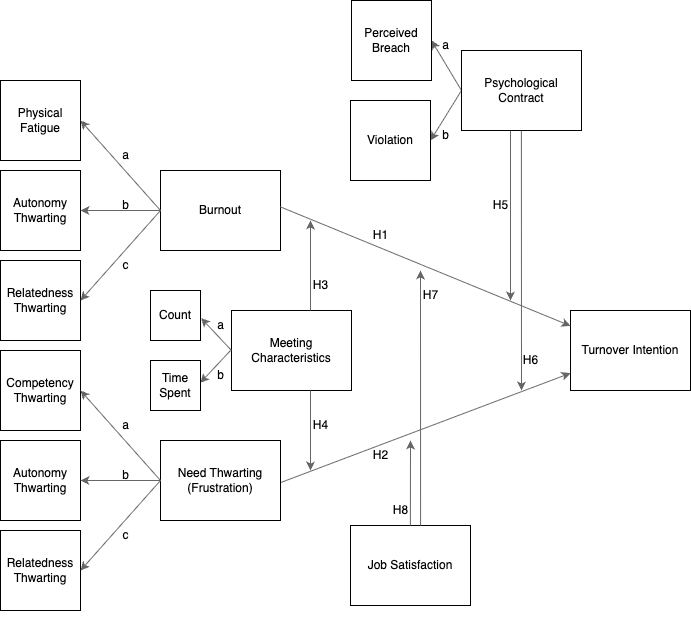
Before: images/thesis-research-model.png, a diagram exported from draw.io (datasci-iopsy/dkg-phd-thesis). Source tidied: cells renumbered, new cells last; positions are measured from the earlier drawing's top-left corner, leaving out a move shared by most shapes.
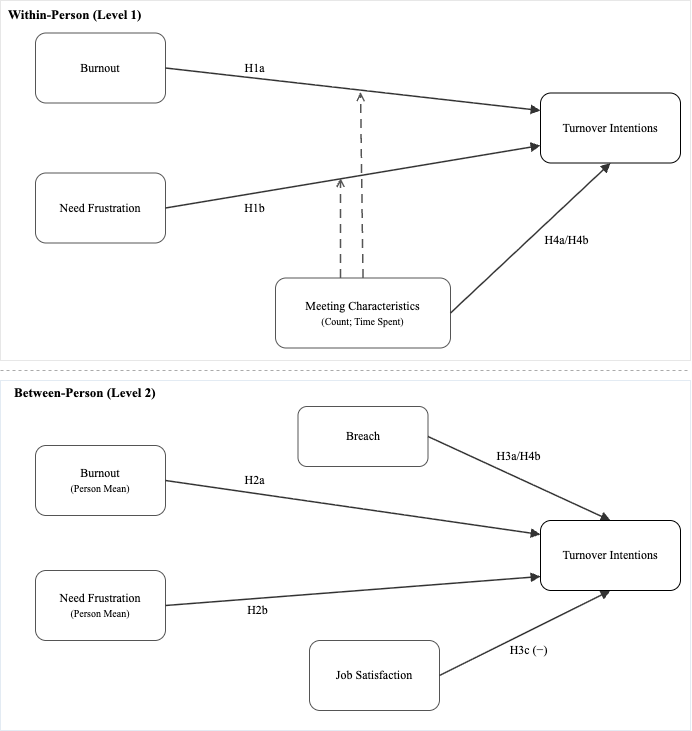
Later version of the same file.

Diff of the diagram source:
```diff
@@ -2,202 +2,111 @@
   <root>
     <mxCell id="0" />
     <mxCell id="1" parent="0" />
-    <mxCell id="2" style="group;" parent="1" vertex="1">
-      <mxGeometry x="69" y="80" width="590" height="560" as="geometry" />
-    </mxCell>
-    <mxCell id="3" value="Turnover Intention" style="square;whiteSpace=wrap;html=1;" parent="2" vertex="1">
-      <mxGeometry x="501" y="230" width="120" height="80" as="geometry" />
-    </mxCell>
-    <mxCell id="4" style="endArrow=classic;html=1;fillColor=#f5f5f5;strokeColor=#666666;exitX=0.5;exitY=1;exitDx=0;exitDy=0;solid=1;dashPattern=12 12;" parent="2" edge="1">
-      <mxGeometry relative="1" as="geometry">
-        <mxPoint x="441" y="50" as="sourcePoint" />
-        <mxPoint x="441" y="220" as="targetPoint" />
-      </mxGeometry>
-    </mxCell>
+    <mxCell id="57" style="rounded=0;whiteSpace=wrap;html=1;fillColor=none;strokeColor=#d0d0d0;opacity=50;fontFamily=Times New Roman;" parent="1" vertex="1">
+      <mxGeometry x="-10" y="170" width="690" height="360" as="geometry" />
+    </mxCell>
+    <mxCell id="58" value="Within-Person (Level 1)" style="text;html=1;align=left;verticalAlign=top;strokeColor=none;fillColor=none;fontStyle=1;fontSize=13;fontFamily=Times New Roman;" parent="1" vertex="1">
+      <mxGeometry x="-4" y="170" width="280" height="28" as="geometry" />
+    </mxCell>
+    <mxCell id="31" value="Burnout" style="rounded=1;whiteSpace=wrap;html=1;fillColor=#ffffff;strokeColor=#555555;fontSize=12;fontFamily=Times New Roman;" parent="1" vertex="1">
+      <mxGeometry x="25" y="202.5" width="130" height="70" as="geometry" />
+    </mxCell>
+    <mxCell id="59" value="Need Frustration" style="rounded=1;whiteSpace=wrap;html=1;fillColor=#ffffff;strokeColor=#555555;fontSize=12;fontFamily=Times New Roman;" parent="1" vertex="1">
+      <mxGeometry x="25" y="342.5" width="130" height="70" as="geometry" />
+    </mxCell>
+    <mxCell id="60" value="Meeting Characteristics&lt;br&gt;&lt;font style=&quot;font-size: 10px;&quot;&gt;(Count; Time Spent)&lt;/font&gt;" style="rounded=1;whiteSpace=wrap;html=1;fillColor=#ffffff;strokeColor=#555555;fontSize=12;fontFamily=Times New Roman;" parent="1" vertex="1">
+      <mxGeometry x="265" y="447.5" width="175" height="70" as="geometry" />
+    </mxCell>
+    <mxCell id="61" value="Turnover Intentions" style="rounded=1;whiteSpace=wrap;html=1;fontSize=12;fontFamily=Times New Roman;" parent="1" vertex="1">
+      <mxGeometry x="530" y="262.5" width="140" height="70" as="geometry" />
+    </mxCell>
+    <mxCell id="62" style="endArrow=block;endFill=1;html=1;strokeColor=#333333;strokeWidth=1.5;exitX=1;exitY=0.5;exitDx=0;exitDy=0;entryX=0;entryY=0.25;entryDx=0;entryDy=0;fontFamily=Times New Roman;" parent="1" edge="1" source="31" target="61">
+      <mxGeometry relative="1" as="geometry" />
+    </mxCell>
+    <mxCell id="63" style="endArrow=block;endFill=1;html=1;strokeColor=#333333;strokeWidth=1.5;exitX=1;exitY=0.5;exitDx=0;exitDy=0;entryX=0;entryY=0.75;entryDx=0;entryDy=0;fontFamily=Times New Roman;" parent="1" edge="1" source="59" target="61">
+      <mxGeometry relative="1" as="geometry" />
+    </mxCell>
+    <mxCell id="64" style="endArrow=block;endFill=1;html=1;strokeColor=#333333;strokeWidth=1.5;exitX=1;exitY=0.5;exitDx=0;exitDy=0;entryX=0.5;entryY=1;entryDx=0;entryDy=0;fontFamily=Times New Roman;" parent="1" edge="1" source="60" target="61">
+      <mxGeometry relative="1" as="geometry" />
+    </mxCell>
+    <mxCell id="65" style="endArrow=open;endFill=0;html=1;strokeColor=#555555;strokeWidth=1.5;dashed=1;dashPattern=6 4;exitX=0.5;exitY=0;exitDx=0;exitDy=0;targetPerimeterSpacing=0;fontFamily=Times New Roman;" parent="1" edge="1" source="60">
+      <mxGeometry relative="1" as="geometry">
+        <mxPoint x="350" y="261.5" as="targetPoint" />
+      </mxGeometry>
+    </mxCell>
+    <mxCell id="66" style="endArrow=open;endFill=0;html=1;strokeColor=#555555;strokeWidth=1.5;dashed=1;dashPattern=6 4;fontFamily=Times New Roman;" parent="1" edge="1">
+      <mxGeometry relative="1" as="geometry">
+        <mxPoint x="330" y="447.5" as="sourcePoint" />
+        <mxPoint x="330" y="347.5" as="targetPoint" />
+      </mxGeometry>
+    </mxCell>
+    <mxCell id="67" value="&lt;font style=&quot;font-size: 12px;&quot;&gt;H1a&lt;/font&gt;" style="text;html=1;align=center;verticalAlign=middle;strokeColor=none;fillColor=none;fontSize=10;fontFamily=Times New Roman;" parent="1" vertex="1">
+      <mxGeometry x="226" y="227.5" width="36" height="20" as="geometry" />
+    </mxCell>
+    <mxCell id="68" value="&lt;font style=&quot;font-size: 12px;&quot;&gt;H1b&lt;/font&gt;" style="text;html=1;align=center;verticalAlign=middle;strokeColor=none;fillColor=none;fontSize=10;fontFamily=Times New Roman;" parent="1" vertex="1">
+      <mxGeometry x="226" y="367.5" width="36" height="20" as="geometry" />
+    </mxCell>
+    <mxCell id="69" value="H4a/H4b" style="text;html=1;align=center;verticalAlign=middle;strokeColor=none;fillColor=none;fontSize=12;fontFamily=Times New Roman;" parent="1" vertex="1">
+      <mxGeometry x="526" y="400" width="60" height="20" as="geometry" />
+    </mxCell>
+    <mxCell id="70" style="endArrow=none;dashed=1;html=1;strokeColor=#aaaaaa;strokeWidth=1;fontFamily=Times New Roman;" parent="1" edge="1">
+      <mxGeometry relative="1" as="geometry">
+        <mxPoint x="-10" y="540" as="sourcePoint" />
+        <mxPoint x="680" y="540" as="targetPoint" />
+      </mxGeometry>
+    </mxCell>
+    <mxCell id="71" style="rounded=0;whiteSpace=wrap;html=1;fillColor=none;strokeColor=#c8d8e8;opacity=50;fontFamily=Times New Roman;" parent="1" vertex="1">
+      <mxGeometry x="-10" y="550" width="690" height="350" as="geometry" />
+    </mxCell>
+    <mxCell id="72" value="Between-Person (Level 2)" style="text;html=1;align=left;verticalAlign=top;strokeColor=none;fillColor=none;fontStyle=1;fontSize=13;fontFamily=Times New Roman;" parent="1" vertex="1">
+      <mxGeometry x="2" y="548" width="280" height="28" as="geometry" />
+    </mxCell>
+    <mxCell id="73" value="Burnout&lt;br&gt;&lt;font style=&quot;font-size: 10px;&quot;&gt;(Person Mean)&lt;/font&gt;" style="rounded=1;whiteSpace=wrap;html=1;fillColor=#ffffff;strokeColor=#555555;fontSize=12;fontFamily=Times New Roman;" parent="1" vertex="1">
+      <mxGeometry x="25" y="615" width="130" height="70" as="geometry" />
+    </mxCell>
+    <mxCell id="74" value="Need Frustration&lt;br&gt;&lt;font style=&quot;font-size: 10px;&quot;&gt;(Person Mean)&lt;/font&gt;" style="rounded=1;whiteSpace=wrap;html=1;fillColor=#ffffff;strokeColor=#555555;fontSize=12;fontFamily=Times New Roman;" parent="1" vertex="1">
+      <mxGeometry x="25" y="740" width="130" height="70" as="geometry" />
+    </mxCell>
+    <mxCell id="75" value="Breach" style="rounded=1;whiteSpace=wrap;html=1;fillColor=#ffffff;strokeColor=#555555;fontSize=12;fontFamily=Times New Roman;" parent="1" vertex="1">
+      <mxGeometry x="287.5" y="576" width="130" height="60" as="geometry" />
+    </mxCell>
-    <mxCell id="5" value="Job Satisfaction" style="square;whiteSpace=wrap;html=1;" parent="2" vertex="1">
-      <mxGeometry x="281" y="445" width="120" height="80" as="geometry" />
+    <mxCell id="5" value="Job Satisfaction" style="rounded=1;whiteSpace=wrap;html=1;fillColor=#ffffff;strokeColor=#555555;fontSize=12;fontFamily=Times New Roman;" parent="1" vertex="1">
+      <mxGeometry x="299" y="810" width="130" height="70" as="geometry" />
     </mxCell>
-    <mxCell id="6" style="endArrow=classic;html=1;fillColor=#f5f5f5;strokeColor=#666666;solid=1;exitX=0.328;exitY=0.01;exitDx=0;exitDy=0;exitPerimeter=0;" parent="2" edge="1">
-      <mxGeometry relative="1" as="geometry">
-        <mxPoint x="340.9" y="445" as="sourcePoint" />
-        <mxPoint x="341" y="360" as="targetPoint" />
-      </mxGeometry>
-    </mxCell>
-    <mxCell id="7" style="endArrow=classic;html=1;fillColor=#f5f5f5;strokeColor=#666666;solid=1;exitX=0.659;exitY=0.01;exitDx=0;exitDy=0;exitPerimeter=0;" parent="2" edge="1">
-      <mxGeometry relative="1" as="geometry">
-        <mxPoint x="351.1" y="445" as="sourcePoint" />
-        <mxPoint x="351" y="190" as="targetPoint" />
-      </mxGeometry>
-    </mxCell>
-    <mxCell id="8" style="endArrow=classic;html=1;fillColor=#f5f5f5;strokeColor=#666666;exitX=0.5;exitY=1;exitDx=0;exitDy=0;solid=1;dashPattern=12 12;" parent="2" edge="1">
-      <mxGeometry relative="1" as="geometry">
-        <mxPoint x="451.9" y="50" as="sourcePoint" />
-        <mxPoint x="452" y="310" as="targetPoint" />
-      </mxGeometry>
-    </mxCell>
-    <mxCell id="9" style="endArrow=classic;html=1;fillColor=#f5f5f5;strokeColor=#666666;exitX=0.999;exitY=0.527;exitDx=0;exitDy=0;exitPerimeter=0;" parent="2" edge="1" source="45" target="3">
-      <mxGeometry relative="1" as="geometry" />
-    </mxCell>
-    <mxCell id="10" style="endArrow=classic;html=1;fillColor=#f5f5f5;strokeColor=#666666;entryX=1;entryY=0.5;entryDx=0;entryDy=0;exitX=0;exitY=0.5;exitDx=0;exitDy=0;" parent="2" edge="1" source="14" target="12">
-      <mxGeometry relative="1" as="geometry" />
-    </mxCell>
-    <mxCell id="11" style="endArrow=classic;html=1;fillColor=#f5f5f5;strokeColor=#666666;exitX=0;exitY=0.5;exitDx=0;exitDy=0;entryX=1;entryY=0.5;entryDx=0;entryDy=0;" parent="2" edge="1" source="14" target="13">
-      <mxGeometry relative="1" as="geometry" />
-    </mxCell>
-    <mxCell id="12" value="Perceived Breach" style="square;whiteSpace=wrap;html=1;" parent="2" vertex="1">
-      <mxGeometry x="282" y="-80" width="80" height="80" as="geometry" />
-    </mxCell>
-    <mxCell id="13" value="Violation" style="square;whiteSpace=wrap;html=1;" parent="2" vertex="1">
-      <mxGeometry x="281" y="20" width="80" height="80" as="geometry" />
-    </mxCell>
-    <mxCell id="14" value="Psychological Contract" style="square;whiteSpace=wrap;html=1;" parent="2" vertex="1">
-      <mxGeometry x="392" y="-30" width="120" height="80" as="geometry" />
-    </mxCell>
-    <mxCell id="15" value="Meeting Characteristics" style="square;whiteSpace=wrap;html=1;" parent="2" vertex="1">
-      <mxGeometry x="162" y="230" width="120" height="80" as="geometry" />
-    </mxCell>
-    <mxCell id="16" style="endArrow=classic;html=1;fillColor=#f5f5f5;strokeColor=#666666;exitX=0.5;exitY=1;exitDx=0;exitDy=0;solid=1;dashPattern=12 12;" parent="2" edge="1">
-      <mxGeometry relative="1" as="geometry">
-        <mxPoint x="241" y="310" as="sourcePoint" />
-        <mxPoint x="241" y="390" as="targetPoint" />
-      </mxGeometry>
-    </mxCell>
-    <mxCell id="17" style="endArrow=classic;html=1;fillColor=#f5f5f5;strokeColor=#666666;solid=1;exitX=0.328;exitY=0.01;exitDx=0;exitDy=0;exitPerimeter=0;" parent="2" edge="1">
-      <mxGeometry relative="1" as="geometry">
-        <mxPoint x="241" y="230" as="sourcePoint" />
-        <mxPoint x="241" y="140" as="targetPoint" />
-      </mxGeometry>
-    </mxCell>
-    <mxCell id="18" value="H1" style="text;html=1;align=center;verticalAlign=middle;strokeColor=none;fillColor=none;" parent="2" vertex="1">
-      <mxGeometry x="291" y="140" width="40" height="30" as="geometry" />
-    </mxCell>
-    <mxCell id="19" value="H2" style="text;html=1;align=center;verticalAlign=middle;strokeColor=none;fillColor=none;" parent="2" vertex="1">
-      <mxGeometry x="291" y="360" width="40" height="30" as="geometry" />
-    </mxCell>
-    <mxCell id="20" value="H3" style="text;html=1;align=center;verticalAlign=middle;strokeColor=none;fillColor=none;" parent="2" vertex="1">
-      <mxGeometry x="231" y="190" width="40" height="30" as="geometry" />
-    </mxCell>
-    <mxCell id="21" value="H4" style="text;html=1;align=center;verticalAlign=middle;strokeColor=none;fillColor=none;" parent="2" vertex="1">
-      <mxGeometry x="231" y="330" width="40" height="30" as="geometry" />
-    </mxCell>
-    <mxCell id="22" value="H5" style="text;html=1;align=center;verticalAlign=middle;strokeColor=none;fillColor=none;" parent="2" vertex="1">
-      <mxGeometry x="411" y="110" width="40" height="30" as="geometry" />
-    </mxCell>
-    <mxCell id="23" value="H6" style="text;html=1;align=center;verticalAlign=middle;strokeColor=none;fillColor=none;" parent="2" vertex="1">
-      <mxGeometry x="441" y="265" width="40" height="30" as="geometry" />
-    </mxCell>
-    <mxCell id="24" value="b" style="text;html=1;align=center;verticalAlign=middle;strokeColor=none;fillColor=none;" parent="2" vertex="1">
-      <mxGeometry x="361" y="40" width="30" height="30" as="geometry" />
-    </mxCell>
-    <mxCell id="25" value="H7" style="text;html=1;align=center;verticalAlign=middle;strokeColor=none;fillColor=none;" parent="2" vertex="1">
-      <mxGeometry x="341" y="200" width="40" height="30" as="geometry" />
-    </mxCell>
-    <mxCell id="26" value="H8" style="text;html=1;align=center;verticalAlign=middle;strokeColor=none;fillColor=none;" parent="2" vertex="1">
-      <mxGeometry x="311" y="415" width="40" height="30" as="geometry" />
-    </mxCell>
-    <mxCell id="27" style="group;" parent="1" vertex="1">
-      <mxGeometry y="80" width="280" height="310" as="geometry" />
-    </mxCell>
-    <mxCell id="28" value="Physical Fatigue" style="square;whiteSpace=wrap;html=1;" parent="27" vertex="1">
-      <mxGeometry width="80" height="80" as="geometry" />
-    </mxCell>
+    <mxCell id="76" style="endArrow=block;endFill=1;html=1;strokeColor=#333333;strokeWidth=1.5;exitX=1;exitY=0.5;exitDx=0;exitDy=0;entryX=0;entryY=0.2;entryDx=0;entryDy=0;fontFamily=Times New Roman;" parent="1" edge="1" source="73">
+      <mxGeometry relative="1" as="geometry">
+        <mxPoint x="530" y="704" as="targetPoint" />
+      </mxGeometry>
+    </mxCell>
+    <mxCell id="77" style="endArrow=block;endFill=1;html=1;strokeColor=#333333;strokeWidth=1.5;exitX=1;exitY=0.5;exitDx=0;exitDy=0;entryX=0;entryY=0.8;entryDx=0;entryDy=0;fontFamily=Times New Roman;" parent="1" edge="1" source="74">
+      <mxGeometry relative="1" as="geometry">
+        <mxPoint x="530" y="746" as="targetPoint" />
+      </mxGeometry>
+    </mxCell>
+    <mxCell id="78" style="endArrow=block;endFill=1;html=1;strokeColor=#333333;strokeWidth=1.5;exitX=1;exitY=0.5;exitDx=0;exitDy=0;entryX=0.5;entryY=0;entryDx=0;entryDy=0;fontFamily=Times New Roman;" parent="1" edge="1" source="75">
+      <mxGeometry relative="1" as="geometry">
+        <mxPoint x="600" y="690" as="targetPoint" />
+      </mxGeometry>
+    </mxCell>
+    <mxCell id="79" style="endArrow=block;endFill=1;html=1;strokeColor=#333333;strokeWidth=1.5;exitX=1;exitY=0.5;exitDx=0;exitDy=0;entryX=0.5;entryY=1;entryDx=0;entryDy=0;fontFamily=Times New Roman;" parent="1" edge="1" source="5">
+      <mxGeometry relative="1" as="geometry">
+        <mxPoint x="600" y="760" as="targetPoint" />
+      </mxGeometry>
+    </mxCell>
+    <mxCell id="80" value="&lt;font style=&quot;font-size: 12px;&quot;&gt;H2a&lt;/font&gt;" style="text;html=1;align=center;verticalAlign=middle;strokeColor=none;fillColor=none;fontSize=10;fontFamily=Times New Roman;" parent="1" vertex="1">
+      <mxGeometry x="226" y="640" width="36" height="20" as="geometry" />
+    </mxCell>
+    <mxCell id="81" value="H2b" style="text;html=1;align=center;verticalAlign=middle;strokeColor=none;fillColor=none;fontSize=12;fontFamily=Times New Roman;" parent="1" vertex="1">
+      <mxGeometry x="229" y="770" width="36" height="20" as="geometry" />
+    </mxCell>
+    <mxCell id="82" value="H3a/H4b" style="text;html=1;align=center;verticalAlign=middle;strokeColor=none;fillColor=none;fontSize=12;fontFamily=Times New Roman;" parent="1" vertex="1">
+      <mxGeometry x="490" y="616" width="36" height="20" as="geometry" />
+    </mxCell>
+    <mxCell id="83" value="H3c (−)" style="text;html=1;align=center;verticalAlign=middle;strokeColor=none;fillColor=none;fontSize=12;fontFamily=Times New Roman;" parent="1" vertex="1">
+      <mxGeometry x="490" y="810" width="55" height="20" as="geometry" />
+    </mxCell>
-    <mxCell id="29" value="Autonomy Thwarting" style="square;whiteSpace=wrap;html=1;" parent="27" vertex="1">
-      <mxGeometry y="90" width="80" height="80" as="geometry" />
+    <mxCell id="29" value="Turnover Intentions" style="rounded=1;whiteSpace=wrap;html=1;fontSize=12;fontFamily=Times New Roman;" parent="1" vertex="1">
+      <mxGeometry x="530" y="690" width="140" height="70" as="geometry" />
     </mxCell>
-    <mxCell id="30" value="Relatedness Thwarting" style="square;whiteSpace=wrap;html=1;" parent="27" vertex="1">
-      <mxGeometry y="180" width="80" height="80" as="geometry" />
-    </mxCell>
-    <mxCell id="31" value="Burnout" style="square;whiteSpace=wrap;html=1;" parent="27" vertex="1">
-      <mxGeometry x="160" y="90" width="120" height="80" as="geometry" />
-    </mxCell>
-    <mxCell id="32" style="endArrow=classic;html=1;entryX=1;entryY=0.5;entryDx=0;entryDy=0;fillColor=#f5f5f5;strokeColor=#666666;" parent="27" edge="1" target="29">
-      <mxGeometry relative="1" as="geometry">
-        <mxPoint x="160" y="130" as="sourcePoint" />
-      </mxGeometry>
-    </mxCell>
-    <mxCell id="33" style="endArrow=classic;html=1;entryX=1;entryY=0.5;entryDx=0;entryDy=0;fillColor=#f5f5f5;strokeColor=#666666;" parent="27" edge="1" target="30">
-      <mxGeometry relative="1" as="geometry">
-        <mxPoint x="160" y="130" as="sourcePoint" />
-      </mxGeometry>
-    </mxCell>
-    <mxCell id="34" style="endArrow=classic;html=1;entryX=1;entryY=0.5;entryDx=0;entryDy=0;fillColor=#f5f5f5;strokeColor=#666666;" parent="27" edge="1" target="28">
-      <mxGeometry relative="1" as="geometry">
-        <mxPoint x="160" y="130" as="sourcePoint" />
-      </mxGeometry>
-    </mxCell>
-    <mxCell id="35" value="a" style="text;html=1;align=center;verticalAlign=middle;strokeColor=none;fillColor=none;" parent="27" vertex="1">
-      <mxGeometry x="110" y="60" width="30" height="30" as="geometry" />
-    </mxCell>
-    <mxCell id="36" value="b" style="text;html=1;align=center;verticalAlign=middle;strokeColor=none;fillColor=none;" parent="27" vertex="1">
-      <mxGeometry x="110" y="110" width="30" height="30" as="geometry" />
-    </mxCell>
-    <mxCell id="37" value="c" style="text;html=1;align=center;verticalAlign=middle;strokeColor=none;fillColor=none;" parent="27" vertex="1">
-      <mxGeometry x="110" y="170" width="30" height="30" as="geometry" />
-    </mxCell>
-    <mxCell id="38" value="Count" style="square;whiteSpace=wrap;html=1;" parent="27" vertex="1">
-      <mxGeometry x="150" y="210" width="50" height="50" as="geometry" />
-    </mxCell>
-    <mxCell id="39" style="endArrow=classic;html=1;fillColor=#f5f5f5;strokeColor=#666666;entryX=0.996;entryY=0.446;entryDx=0;entryDy=0;entryPerimeter=0;" parent="27" edge="1" target="52">
-      <mxGeometry relative="1" as="geometry">
-        <mxPoint x="230" y="270" as="sourcePoint" />
-      </mxGeometry>
-    </mxCell>
-    <mxCell id="40" value="a" style="text;html=1;align=center;verticalAlign=middle;strokeColor=none;fillColor=none;" parent="27" vertex="1">
-      <mxGeometry x="205" y="230" width="30" height="30" as="geometry" />
-    </mxCell>
-    <mxCell id="41" style="group;" parent="1" vertex="1">
-      <mxGeometry y="350" width="280" height="280" as="geometry" />
-    </mxCell>
-    <mxCell id="42" value="Competency Thwarting" style="square;whiteSpace=wrap;html=1;" parent="41" vertex="1">
-      <mxGeometry width="80" height="80" as="geometry" />
-    </mxCell>
-    <mxCell id="43" value="Autonomy Thwarting" style="square;whiteSpace=wrap;html=1;" parent="41" vertex="1">
-      <mxGeometry y="90" width="80" height="80" as="geometry" />
-    </mxCell>
-    <mxCell id="44" value="Relatedness Thwarting" style="square;whiteSpace=wrap;html=1;" parent="41" vertex="1">
-      <mxGeometry y="180" width="80" height="80" as="geometry" />
-    </mxCell>
-    <mxCell id="45" value="Need Thwarting (Frustration)" style="square;whiteSpace=wrap;html=1;" parent="41" vertex="1">
-      <mxGeometry x="160" y="90" width="120" height="80" as="geometry" />
-    </mxCell>
-    <mxCell id="46" style="endArrow=classic;html=1;entryX=1;entryY=0.5;entryDx=0;entryDy=0;fillColor=#f5f5f5;strokeColor=#666666;" parent="41" edge="1" target="43">
-      <mxGeometry relative="1" as="geometry">
-        <mxPoint x="160" y="130" as="sourcePoint" />
-      </mxGeometry>
-    </mxCell>
-    <mxCell id="47" style="endArrow=classic;html=1;entryX=1;entryY=0.5;entryDx=0;entryDy=0;fillColor=#f5f5f5;strokeColor=#666666;" parent="41" edge="1" target="44">
-      <mxGeometry relative="1" as="geometry">
-        <mxPoint x="160" y="130" as="sourcePoint" />
-      </mxGeometry>
-    </mxCell>
-    <mxCell id="48" style="endArrow=classic;html=1;entryX=1;entryY=0.5;entryDx=0;entryDy=0;fillColor=#f5f5f5;strokeColor=#666666;" parent="41" edge="1" target="42">
-      <mxGeometry relative="1" as="geometry">
-        <mxPoint x="160" y="130" as="sourcePoint" />
-      </mxGeometry>
-    </mxCell>
-    <mxCell id="49" value="a" style="text;html=1;align=center;verticalAlign=middle;strokeColor=none;fillColor=none;" parent="41" vertex="1">
-      <mxGeometry x="110" y="60" width="30" height="30" as="geometry" />
-    </mxCell>
-    <mxCell id="50" value="b" style="text;html=1;align=center;verticalAlign=middle;strokeColor=none;fillColor=none;" parent="41" vertex="1">
-      <mxGeometry x="110" y="110" width="30" height="30" as="geometry" />
-    </mxCell>
-    <mxCell id="51" value="c" style="text;html=1;align=center;verticalAlign=middle;strokeColor=none;fillColor=none;" parent="41" vertex="1">
-      <mxGeometry x="110" y="170" width="30" height="30" as="geometry" />
-    </mxCell>
-    <mxCell id="52" value="Time Spent" style="square;whiteSpace=wrap;html=1;" parent="41" vertex="1">
-      <mxGeometry x="150" y="10" width="50" height="50" as="geometry" />
-    </mxCell>
-    <mxCell id="53" value="b" style="text;html=1;align=center;verticalAlign=middle;strokeColor=none;fillColor=none;" parent="41" vertex="1">
-      <mxGeometry x="205" y="10" width="30" height="30" as="geometry" />
-    </mxCell>
-    <mxCell id="54" style="endArrow=classic;html=1;fillColor=#f5f5f5;strokeColor=#666666;exitX=0.998;exitY=0.454;exitDx=0;exitDy=0;exitPerimeter=0;" parent="1" edge="1" source="31" target="3">
-      <mxGeometry relative="1" as="geometry" />
-    </mxCell>
-    <mxCell id="55" style="endArrow=classic;html=1;fillColor=#f5f5f5;strokeColor=#666666;entryX=1.012;entryY=0.551;entryDx=0;entryDy=0;exitX=0;exitY=0.5;exitDx=0;exitDy=0;entryPerimeter=0;" parent="1" edge="1" source="15" target="38">
-      <mxGeometry relative="1" as="geometry" />
-    </mxCell>
-    <mxCell id="56" value="a" style="text;html=1;align=center;verticalAlign=middle;strokeColor=none;fillColor=none;" parent="1" vertex="1">
-      <mxGeometry x="430" y="30" width="30" height="30" as="geometry" />
-    </mxCell>
   </root>
 </mxGraphModel>
```
